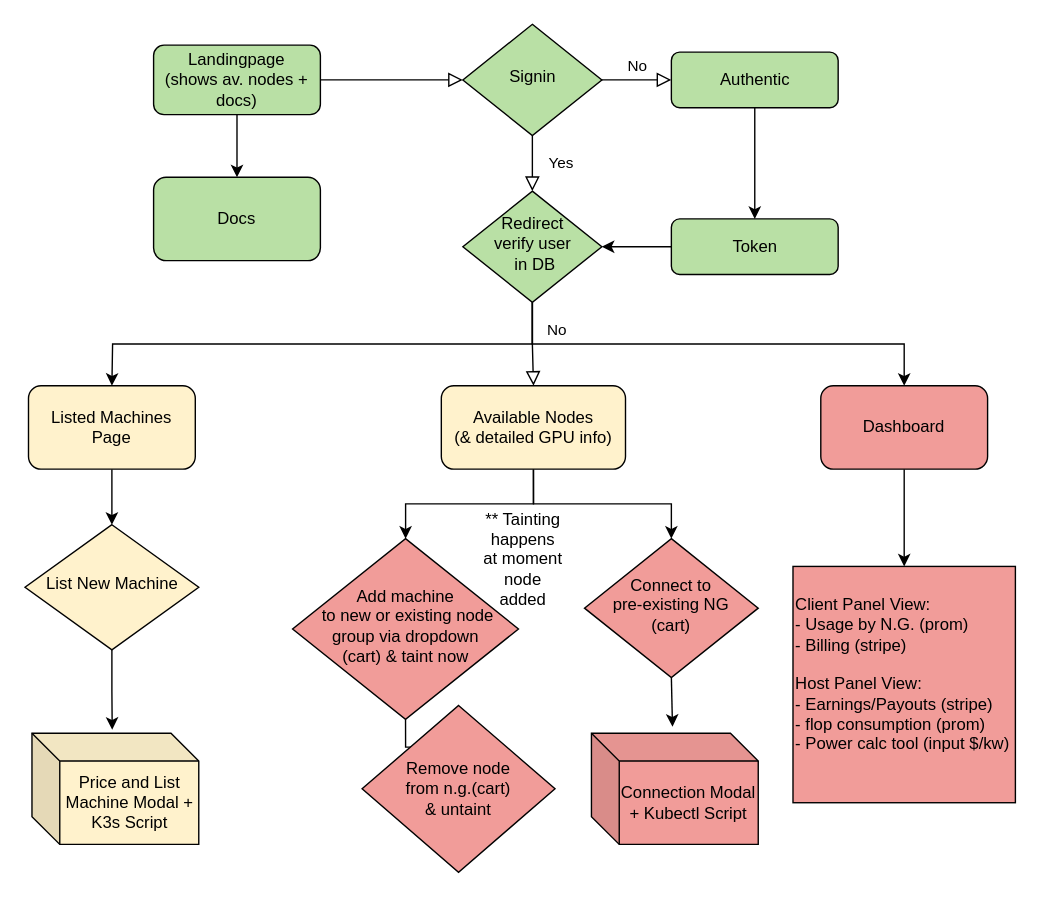
This is page "Mark" (2 of 2) of flophub.drawio from flophub/docs, a draw.io file, before an edit. Source tidied: cells renumbered, new cells numbered last; positions are measured from the earlier drawing's top-left corner, leaving out a move shared by most shapes. Both pictures are drawn from the tidied source at 139%, with x=0, y=0 at pixel (25, 24).
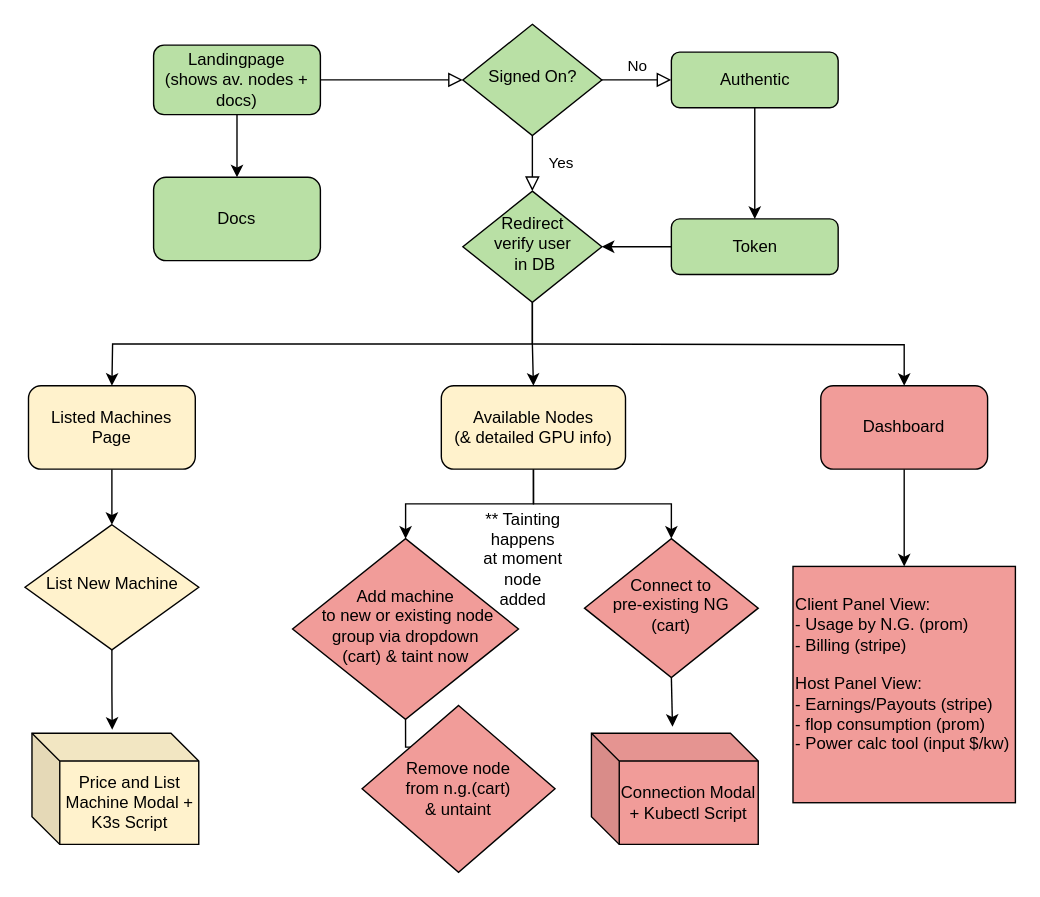
The same diagram, later.

Unchanged cells that the change refers to:
```xml
<mxCell id="13" value="Redirect &lt;br&gt;verify user&lt;br&gt;&amp;nbsp;in DB" style="rhombus;whiteSpace=wrap;html=1;shadow=0;fontFamily=Helvetica;fontSize=12;align=center;strokeWidth=1;spacing=6;spacingTop=-4;fillColor=#B9E0A5;" parent="1" vertex="1">
  <mxGeometry x="314.5" y="120" width="100" height="80" as="geometry" />
</mxCell>
<mxCell id="16" value="Available Nodes&lt;br&gt;(&amp;amp; detailed GPU info)" style="rounded=1;whiteSpace=wrap;html=1;fontSize=12;glass=0;strokeWidth=1;shadow=0;fillColor=#FFF2CC;" parent="1" vertex="1">
  <mxGeometry x="299" y="260" width="132.5" height="60" as="geometry" />
</mxCell>
<mxCell id="23" value="Dashboard" style="rounded=1;whiteSpace=wrap;html=1;fillColor=#F19C99;" parent="1" vertex="1">
  <mxGeometry x="572" y="260" width="120" height="60" as="geometry" />
</mxCell>
```

What changed in the source:
```diff
@@
-    <mxCell id="7" value="Signin" style="rhombus;whiteSpace=wrap;html=1;shadow=0;fontFamily=Helvetica;fontSize=12;align=center;strokeWidth=1;spacing=6;spacingTop=-4;fillColor=#B9E0A5;" parent="1" vertex="1">
+    <mxCell id="7" value="Signed On?" style="rhombus;whiteSpace=wrap;html=1;shadow=0;fontFamily=Helvetica;fontSize=12;align=center;strokeWidth=1;spacing=6;spacingTop=-4;fillColor=#B9E0A5;" parent="1" vertex="1">
       <mxGeometry x="314.5" width="100" height="80" as="geometry" />
     </mxCell>
@@
-    <mxCell id="10" value="No" style="rounded=0;html=1;jettySize=auto;fontSize=11;endArrow=block;endFill=0;endSize=8;strokeWidth=1;shadow=0;labelBackgroundColor=none;edgeStyle=orthogonalEdgeStyle;" parent="1" edge="1" source="13" target="16">
-      <mxGeometry x="-0.33" y="18" relative="1" as="geometry">
-        <mxPoint x="-1" as="offset" />
-      </mxGeometry>
-    </mxCell>
@@
-    <mxCell id="12" style="edgeStyle=orthogonalEdgeStyle;rounded=0;jettySize=auto;html=1;exitX=0.5;exitY=1;exitDx=0;exitDy=0;" parent="1" edge="1" source="13" target="23">
-      <mxGeometry relative="1" as="geometry" />
+    <mxCell id="12" style="edgeStyle=orthogonalEdgeStyle;rounded=0;jettySize=auto;html=1;" parent="1" edge="1" target="23">
+      <mxGeometry relative="1" as="geometry">
+        <mxPoint x="365" y="230" as="sourcePoint" />
+      </mxGeometry>
     </mxCell>
+    <mxCell id="10" style="edgeStyle=orthogonalEdgeStyle;rounded=0;jettySize=auto;html=1;exitX=0.5;exitY=1;exitDx=0;exitDy=0;entryX=0.5;entryY=0;entryDx=0;entryDy=0;" parent="1" edge="1" source="13" target="16">
+      <mxGeometry relative="1" as="geometry" />
+    </mxCell>
```
